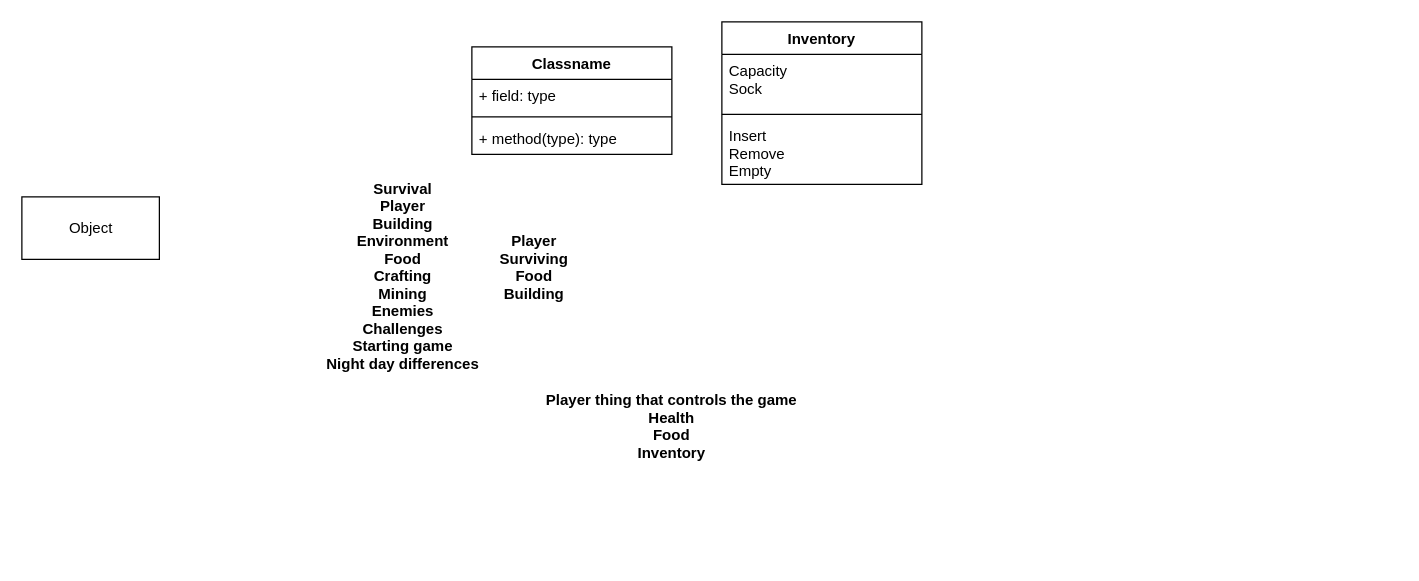
Earlier version of the draw.io diagram Untitled Diagram.drawio (atimmer1/First-CSCS-1240). Source tidied: cells renumbered, new cells numbered last; positions are measured from the earlier drawing's top-left corner, leaving out a move shared by most shapes. Both pictures are drawn from the tidied source at 125%, with x=0, y=0 at pixel (21, 21).
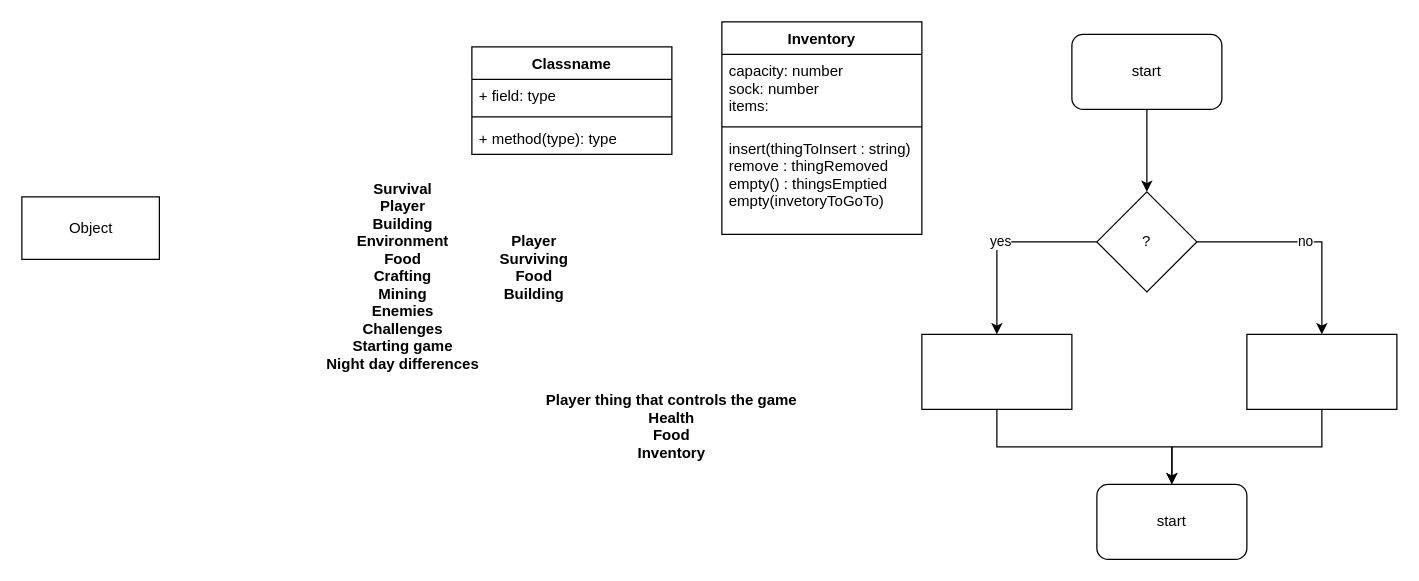
After the change.

What changed in the source:
```diff
@@
     <mxCell id="10" value="Inventory" style="swimlane;fontStyle=1;align=center;verticalAlign=top;horizontal=1;startSize=26;" parent="1" vertex="1">
-      <mxGeometry x="560" width="160" height="130" as="geometry" />
+      <mxGeometry x="560" width="160" height="170" as="geometry" />
     </mxCell>
-    <mxCell id="11" value="Capacity &#10;Sock" style="text;strokeColor=none;fillColor=none;align=left;verticalAlign=top;spacingLeft=4;spacingRight=4;overflow=hidden;" parent="10" vertex="1">
-      <mxGeometry y="26" width="160" height="44" as="geometry" />
+    <mxCell id="11" value="capacity: number&#10;sock: number&#10;items:&#10;" style="text;strokeColor=none;fillColor=none;align=left;verticalAlign=top;spacingLeft=4;spacingRight=4;overflow=hidden;" parent="10" vertex="1">
+      <mxGeometry y="26" width="160" height="54" as="geometry" />
     </mxCell>
     <mxCell id="12" style="line;strokeWidth=1;fillColor=none;align=left;verticalAlign=middle;spacingTop=-1;spacingLeft=3;spacingRight=3;labelPosition=right;" parent="10" vertex="1">
-      <mxGeometry y="70" width="160" height="8" as="geometry" />
+      <mxGeometry y="80" width="160" height="8" as="geometry" />
     </mxCell>
-    <mxCell id="13" value="Insert &#10;Remove&#10;Empty" style="text;strokeColor=none;fillColor=none;align=left;verticalAlign=top;spacingLeft=4;spacingRight=4;overflow=hidden;" parent="10" vertex="1">
-      <mxGeometry y="78" width="160" height="52" as="geometry" />
+    <mxCell id="13" value="insert(thingToInsert : string) &#10;remove : thingRemoved&#10;empty() : thingsEmptied&#10;empty(invetoryToGoTo)&#10;" style="text;strokeColor=none;fillColor=none;align=left;verticalAlign=top;spacingLeft=4;spacingRight=4;overflow=hidden;" parent="10" vertex="1">
+      <mxGeometry y="88" width="160" height="82" as="geometry" />
     </mxCell>
+    <mxCell id="14" style="edgeStyle=orthogonalEdgeStyle;rounded=0;jettySize=auto;html=1;exitX=0.5;exitY=1;exitDx=0;exitDy=0;" parent="1" edge="1" source="15" target="18">
+      <mxGeometry relative="1" as="geometry" />
+    </mxCell>
+    <mxCell id="15" value="start" style="rounded=1;whiteSpace=wrap;html=1;" parent="1" vertex="1">
+      <mxGeometry x="840" y="10" width="120" height="60" as="geometry" />
+    </mxCell>
+    <mxCell id="16" value="yes" style="edgeStyle=orthogonalEdgeStyle;rounded=0;jettySize=auto;html=1;exitX=0;exitY=0.5;exitDx=0;exitDy=0;" parent="1" edge="1" source="18" target="20">
+      <mxGeometry relative="1" as="geometry" />
+    </mxCell>
+    <mxCell id="17" value="no" style="edgeStyle=orthogonalEdgeStyle;rounded=0;jettySize=auto;html=1;exitX=1;exitY=0.5;exitDx=0;exitDy=0;" parent="1" edge="1" source="18" target="22">
+      <mxGeometry relative="1" as="geometry" />
+    </mxCell>
+    <mxCell id="18" value="?" style="rhombus;whiteSpace=wrap;html=1;" parent="1" vertex="1">
+      <mxGeometry x="860" y="136" width="80" height="80" as="geometry" />
+    </mxCell>
+    <mxCell id="19" style="edgeStyle=orthogonalEdgeStyle;rounded=0;jettySize=auto;html=1;exitX=0.5;exitY=1;exitDx=0;exitDy=0;" parent="1" edge="1" source="20" target="23">
+      <mxGeometry relative="1" as="geometry" />
+    </mxCell>
+    <mxCell id="20" style="rounded=0;whiteSpace=wrap;html=1;" parent="1" vertex="1">
+      <mxGeometry x="720" y="250" width="120" height="60" as="geometry" />
+    </mxCell>
+    <mxCell id="21" style="edgeStyle=orthogonalEdgeStyle;rounded=0;jettySize=auto;html=1;exitX=0.5;exitY=1;exitDx=0;exitDy=0;" parent="1" edge="1" source="22" target="23">
+      <mxGeometry relative="1" as="geometry" />
+    </mxCell>
+    <mxCell id="22" style="rounded=0;whiteSpace=wrap;html=1;" parent="1" vertex="1">
+      <mxGeometry x="980" y="250" width="120" height="60" as="geometry" />
+    </mxCell>
+    <mxCell id="23" value="start" style="rounded=1;whiteSpace=wrap;html=1;" parent="1" vertex="1">
+      <mxGeometry x="860" y="370" width="120" height="60" as="geometry" />
+    </mxCell>
```
